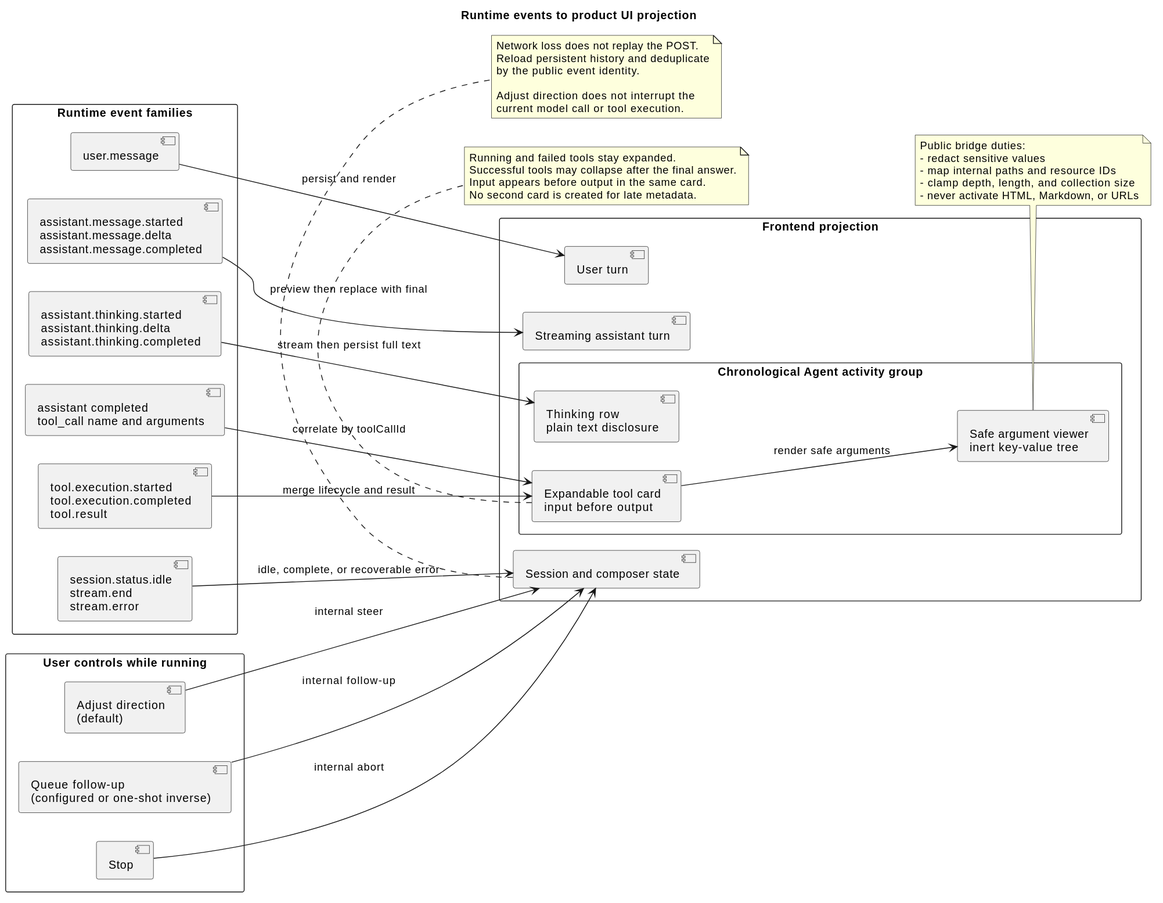
The PlantUML diagram campusclaw-frontend-design/runtime_event_ui_projection.svg in ssm0808/pi-mono-java-design, before a commit.
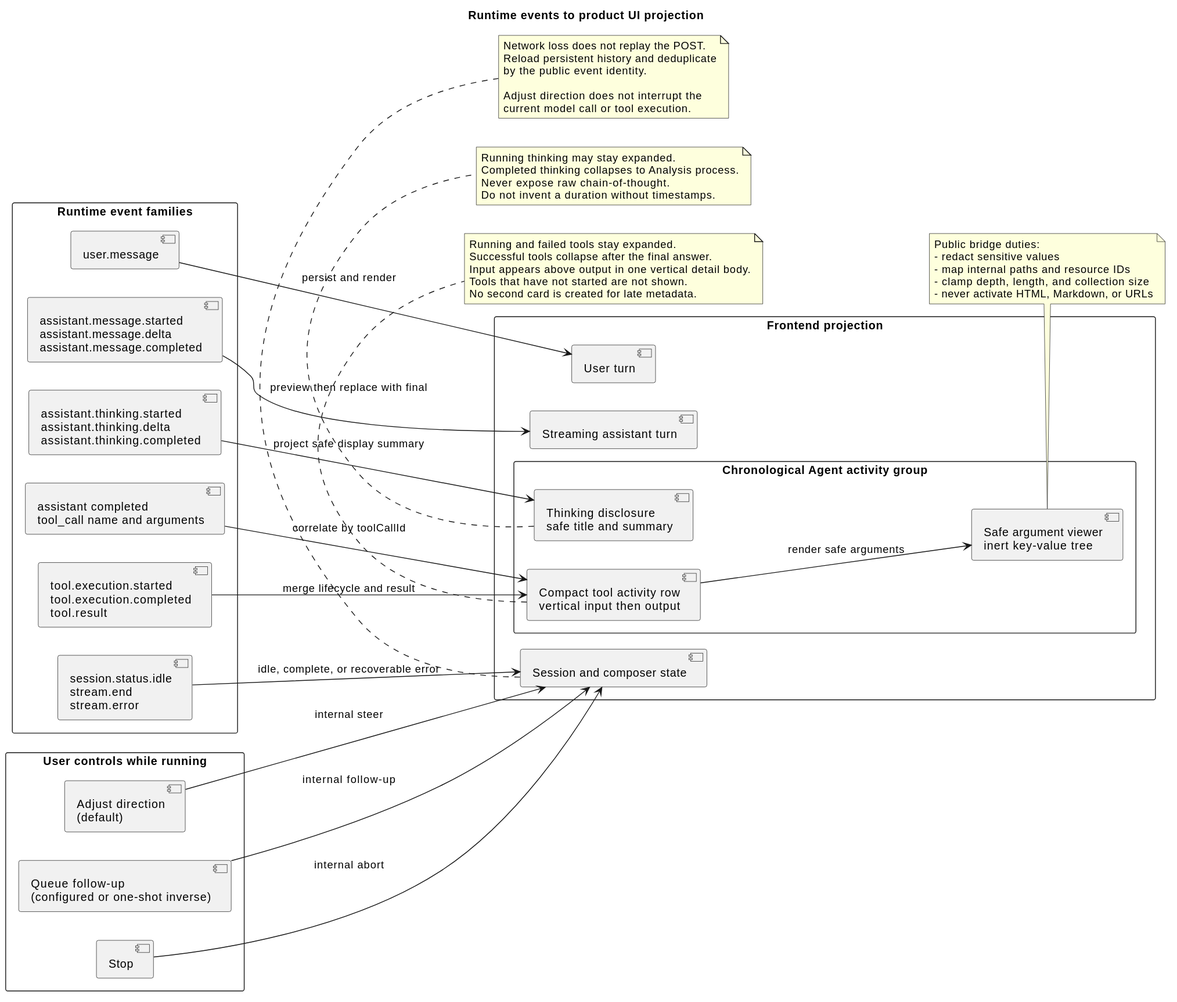
After the change.

Change to the diagram source:
```diff
@@ -16,8 +16,8 @@
   component "User turn" as UserTurn
   component "Streaming assistant turn" as AssistantTurn
   rectangle "Chronological Agent activity group" as ActivityGroup {
-    component "Thinking row\nplain text disclosure" as ThinkingRow
-    component "Expandable tool card\ninput before output" as ActivityCard
+    component "Thinking disclosure\nsafe title and summary" as ThinkingRow
+    component "Compact tool activity row\nvertical input then output" as ActivityCard
     component "Safe argument viewer\ninert key-value tree" as ArgumentViewer
   }
   component "Session and composer state" as SessionState
@@ -31,7 +31,7 @@
 
 UserEvent --> UserTurn : persist and render
 AssistantEvents --> AssistantTurn : preview then replace with final
-ThinkingEvents --> ThinkingRow : stream then persist full text
+ThinkingEvents --> ThinkingRow : project safe display summary
 ToolSpec --> ActivityCard : correlate by toolCallId
 ToolEvents --> ActivityCard : merge lifecycle and result
 ActivityCard --> ArgumentViewer : render safe arguments
@@ -43,9 +43,17 @@
 
 note bottom of ActivityCard
 Running and failed tools stay expanded.
-Successful tools may collapse after the final answer.
-Input appears before output in the same card.
+Successful tools collapse after the final answer.
+Input appears above output in one vertical detail body.
+Tools that have not started are not shown.
 No second card is created for late metadata.
+end note
+
+note bottom of ThinkingRow
+Running thinking may stay expanded.
+Completed thinking collapses to Analysis process.
+Never expose raw chain-of-thought.
+Do not invent a duration without timestamps.
 end note
 
 note bottom of ArgumentViewer
```
